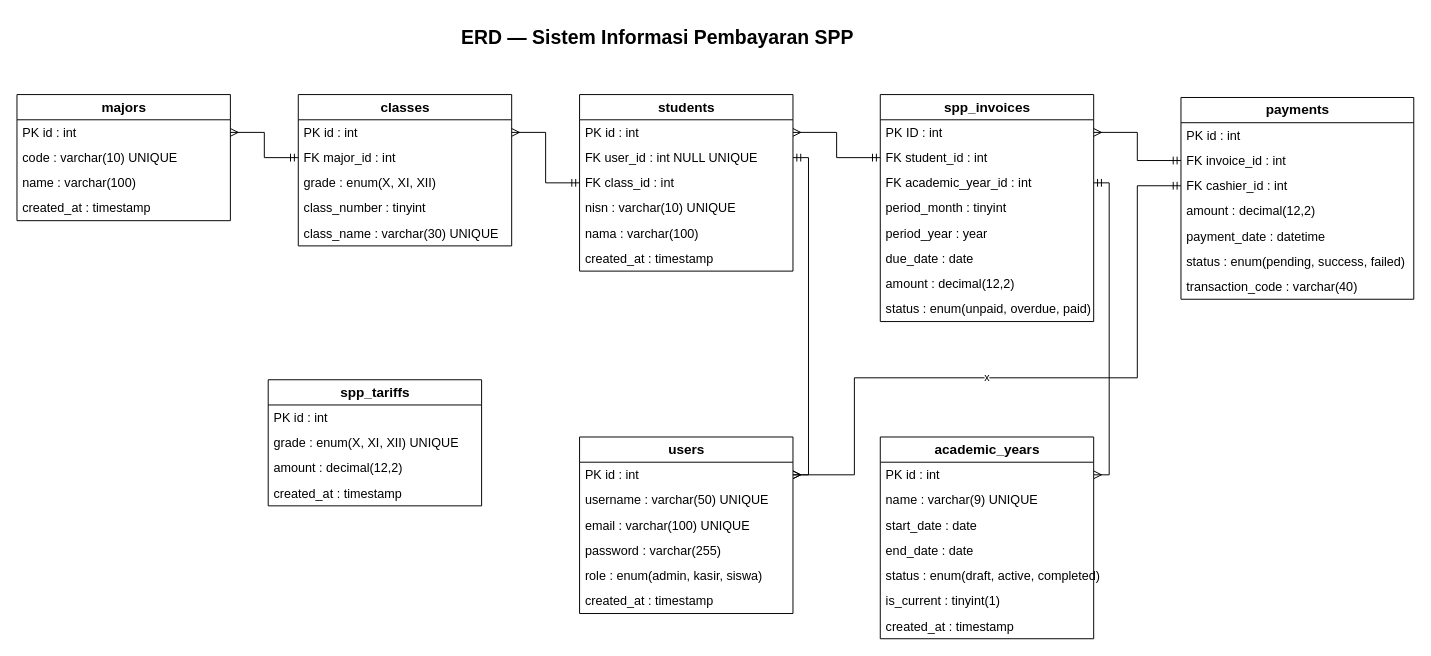
This is docs/ERD-SMKN1-SUKOREJO.drawio from david-vynn/smkn1-sukorejo, a draw.io file, before an edit. Source tidied: cells renumbered, new cells numbered last; positions are measured from the earlier drawing's top-left corner, leaving out a move shared by most shapes. Both pictures are drawn from the tidied source at 97%, with x=0, y=0 at pixel (16, 16).
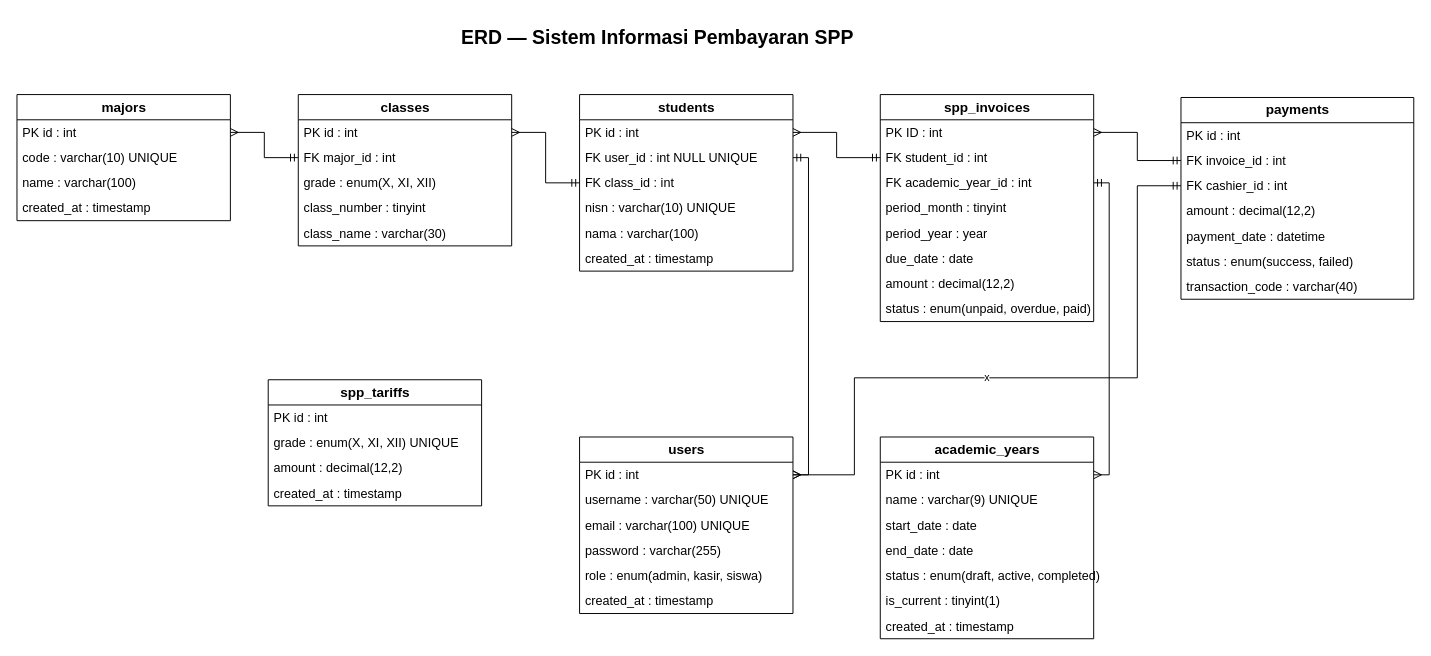
The same page after the edit.

Unchanged cells that the change refers to:
```xml
<mxCell id="8" value="classes" style="swimlane;fontStyle=1;horizontal=1;startSize=26;html=1;fontSize=14;" parent="1" vertex="1">
  <mxGeometry x="290" y="80" width="220" height="156" as="geometry" />
</mxCell>
<mxCell id="30" value="payments" style="swimlane;fontStyle=1;horizontal=1;startSize=26;html=1;fontSize=14;" parent="1" vertex="1">
  <mxGeometry x="1200" y="83" width="240" height="208" as="geometry" />
</mxCell>
```

Diff of the diagram source:
```diff
@@
-    <mxCell id="13" value="class_name : varchar(30) UNIQUE" style="text;strokeColor=none;fillColor=none;align=left;verticalAlign=middle;spacingLeft=4;html=1;fontSize=13;" parent="8" vertex="1">
+    <mxCell id="13" value="class_name : varchar(30)&amp;nbsp;" style="text;strokeColor=none;fillColor=none;align=left;verticalAlign=middle;spacingLeft=4;html=1;fontSize=13;" parent="8" vertex="1">
       <mxGeometry y="130" width="220" height="26" as="geometry" />
     </mxCell>
@@
-    <mxCell id="36" value="status : enum(pending, success, failed)" style="text;strokeColor=none;fillColor=none;align=left;verticalAlign=middle;spacingLeft=4;html=1;fontSize=13;" parent="30" vertex="1">
+    <mxCell id="36" value="status : enum(success, failed)" style="text;strokeColor=none;fillColor=none;align=left;verticalAlign=middle;spacingLeft=4;html=1;fontSize=13;" parent="30" vertex="1">
       <mxGeometry y="156" width="240" height="26" as="geometry" />
     </mxCell>
```
